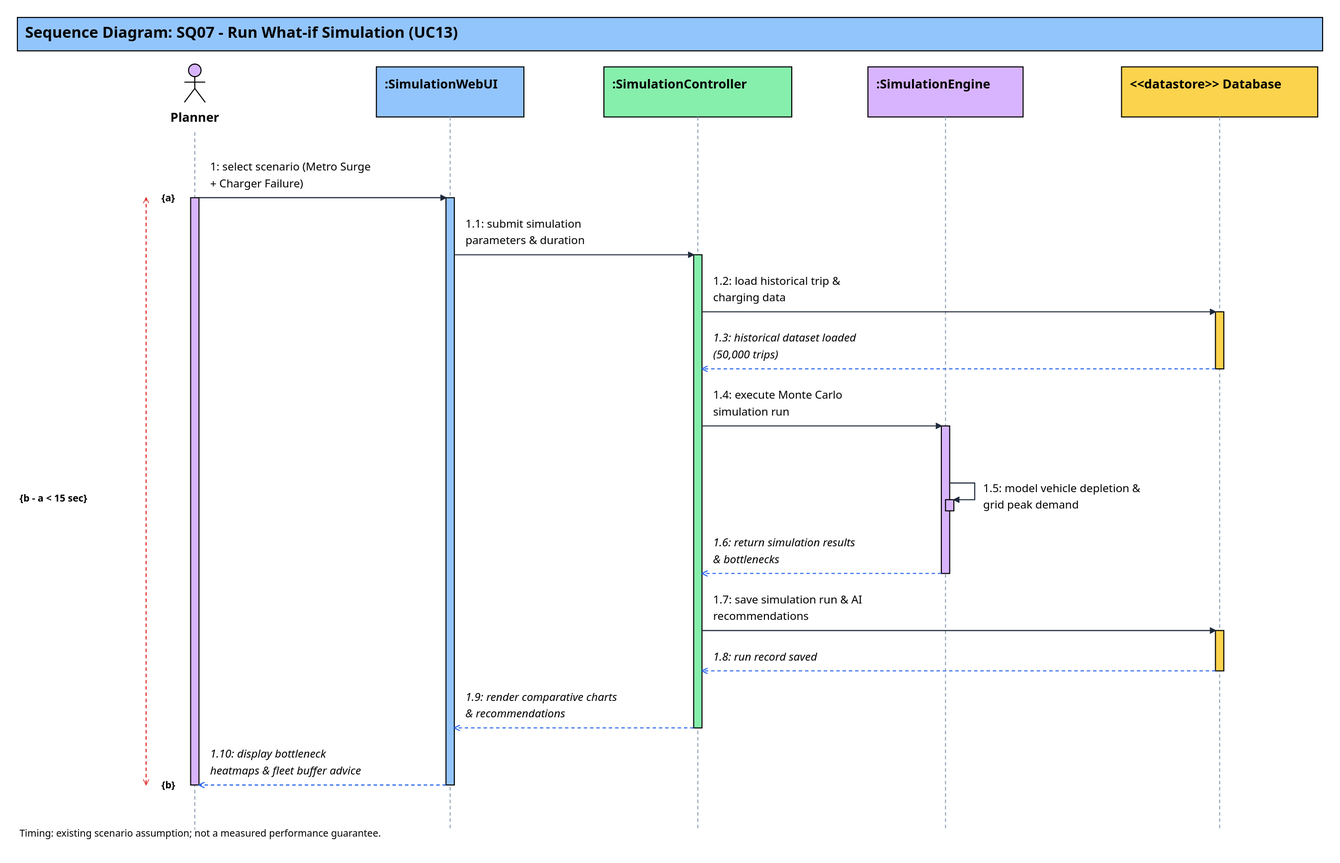
Above: 01_Diagram/02_Sequence_Diagram/SQ07-Run_What_if_Simulation.drawio.svg in YdtTran/software-engineerning (draw.io), before the change. Source tidied: cells renumbered, new cells last; positions are measured from the earlier drawing's top-left corner, leaving out a move shared by most shapes.
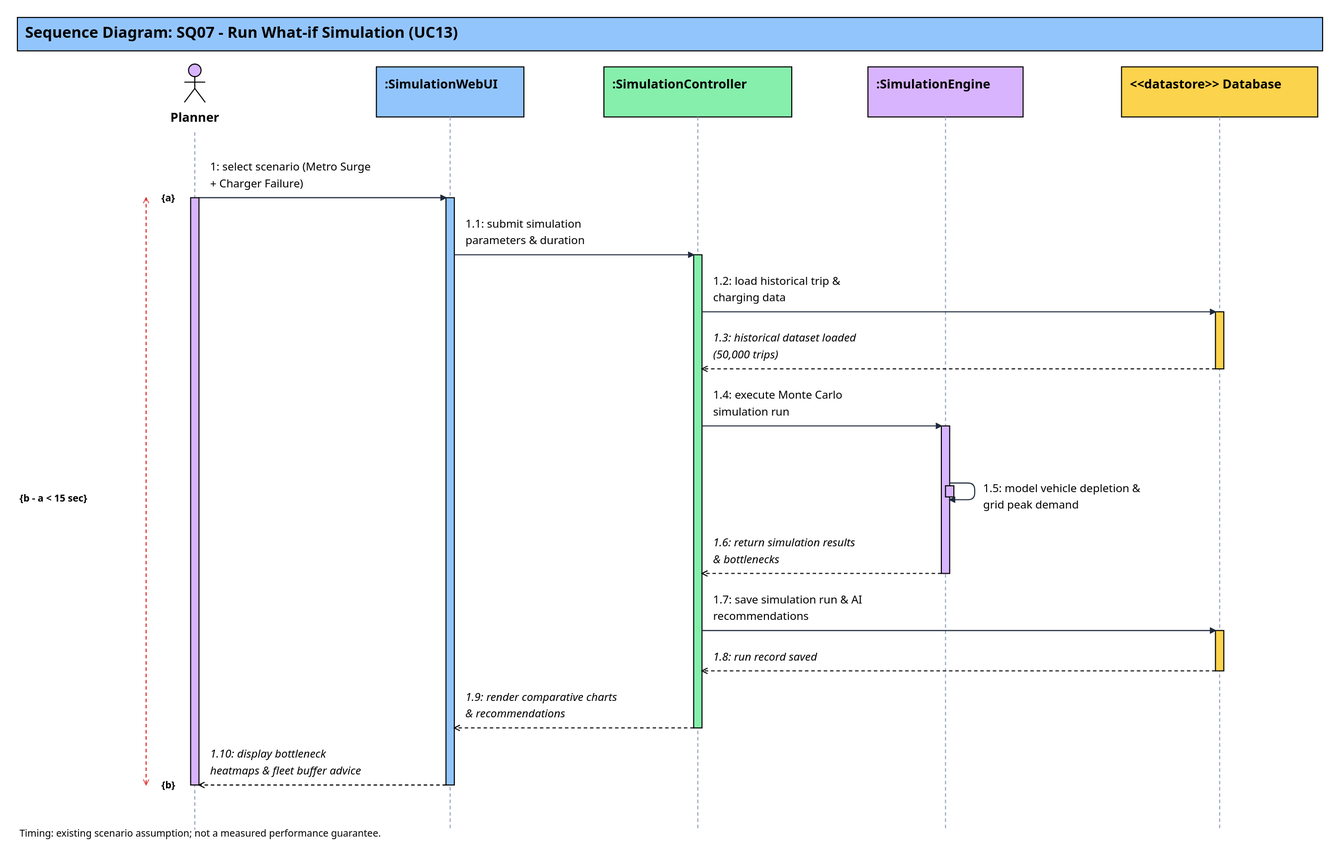
After the change.

Change to the diagram source:
```diff
@@ -116,7 +116,7 @@
     <mxCell id="31" value="1.2: load historical trip &amp;&#10;charging data" style="html=0;fontFamily=Segoe UI;fontSize=16;fillColor=none;strokeColor=none;whiteSpace=wrap;text;align=left;verticalAlign=top;spacing=0;fontColor=#000000;fontSize=16;fontStyle=0;" parent="1" vertex="1">
       <mxGeometry x="1000" y="367" width="312" height="48" as="geometry" />
     </mxCell>
-    <mxCell id="32" style="html=0;noEdgeStyle=1;rounded=0;strokeColor=#2563eb;strokeWidth=1.5;endArrow=open;endFill=0;dashed=1;" parent="1" edge="1">
+    <mxCell id="32" style="html=0;noEdgeStyle=1;rounded=0;strokeColor=#000000;strokeWidth=1.5;endArrow=open;endFill=0;dashed=1;" parent="1" edge="1">
       <mxGeometry relative="1" as="geometry">
         <mxPoint x="1722" y="505" as="sourcePoint" />
         <mxPoint x="984" y="505" as="targetPoint" />
@@ -135,12 +135,12 @@
       <mxGeometry x="1000" y="531" width="312" height="48" as="geometry" />
     </mxCell>
     <mxCell id="36" style="html=0;fontFamily=Segoe UI;fontSize=16;fillColor=#d8b4fe;strokeColor=#000000;whiteSpace=wrap;" parent="1" vertex="1">
-      <mxGeometry x="1334" y="693" width="12" height="16" as="geometry" />
+      <mxGeometry x="1334" y="673" width="12" height="16" as="geometry" />
     </mxCell>
-    <mxCell id="37" style="html=0;noEdgeStyle=1;rounded=0;strokeColor=#1e293b;strokeWidth=1.5;endArrow=block;endFill=1;dashed=0;" parent="1" edge="1">
+    <mxCell id="37" style="html=0;noEdgeStyle=1;rounded=1;arcSize=20;strokeColor=#1e293b;strokeWidth=1.5;endArrow=block;endFill=1;dashed=0;" parent="1" edge="1">
       <mxGeometry relative="1" as="geometry">
         <mxPoint x="1340" y="669" as="sourcePoint" />
-        <mxPoint x="1346" y="693" as="targetPoint" />
+        <mxPoint x="1340" y="693" as="targetPoint" />
         <Array as="points">
           <mxPoint x="1376" y="669" />
           <mxPoint x="1376" y="693" />
@@ -150,7 +150,7 @@
     <mxCell id="38" value="1.5: model vehicle depletion &amp;&#10;grid peak demand" style="html=0;fontFamily=Segoe UI;fontSize=16;fillColor=none;strokeColor=none;whiteSpace=wrap;text;align=left;verticalAlign=top;spacing=0;fontColor=#000000;fontSize=16;fontStyle=0;" parent="1" vertex="1">
       <mxGeometry x="1388" y="665" width="312" height="48" as="geometry" />
     </mxCell>
-    <mxCell id="39" style="html=0;noEdgeStyle=1;rounded=0;strokeColor=#2563eb;strokeWidth=1.5;endArrow=open;endFill=0;dashed=1;" parent="1" edge="1">
+    <mxCell id="39" style="html=0;noEdgeStyle=1;rounded=0;strokeColor=#000000;strokeWidth=1.5;endArrow=open;endFill=0;dashed=1;" parent="1" edge="1">
       <mxGeometry relative="1" as="geometry">
         <mxPoint x="1328" y="799" as="sourcePoint" />
         <mxPoint x="984" y="799" as="targetPoint" />
@@ -168,7 +168,7 @@
     <mxCell id="42" value="1.7: save simulation run &amp; AI&#10;recommendations" style="html=0;fontFamily=Segoe UI;fontSize=16;fillColor=none;strokeColor=none;whiteSpace=wrap;text;align=left;verticalAlign=top;spacing=0;fontColor=#000000;fontSize=16;fontStyle=0;" parent="1" vertex="1">
       <mxGeometry x="1000" y="825" width="312" height="48" as="geometry" />
     </mxCell>
-    <mxCell id="43" style="html=0;noEdgeStyle=1;rounded=0;strokeColor=#2563eb;strokeWidth=1.5;endArrow=open;endFill=0;dashed=1;" parent="1" edge="1">
+    <mxCell id="43" style="html=0;noEdgeStyle=1;rounded=0;strokeColor=#000000;strokeWidth=1.5;endArrow=open;endFill=0;dashed=1;" parent="1" edge="1">
       <mxGeometry relative="1" as="geometry">
         <mxPoint x="1722" y="939" as="sourcePoint" />
         <mxPoint x="984" y="939" as="targetPoint" />
@@ -177,7 +177,7 @@
     <mxCell id="44" value="1.8: run record saved" style="html=0;fontFamily=Segoe UI;fontSize=16;fillColor=none;strokeColor=none;whiteSpace=wrap;text;align=left;verticalAlign=top;spacing=0;fontColor=#000000;fontSize=16;fontStyle=2;" parent="1" vertex="1">
       <mxGeometry x="1000" y="907" width="312" height="24" as="geometry" />
     </mxCell>
-    <mxCell id="45" style="html=0;noEdgeStyle=1;rounded=0;strokeColor=#2563eb;strokeWidth=1.5;endArrow=open;endFill=0;dashed=1;" parent="1" edge="1">
+    <mxCell id="45" style="html=0;noEdgeStyle=1;rounded=0;strokeColor=#000000;strokeWidth=1.5;endArrow=open;endFill=0;dashed=1;" parent="1" edge="1">
       <mxGeometry relative="1" as="geometry">
         <mxPoint x="972" y="1021" as="sourcePoint" />
         <mxPoint x="628" y="1021" as="targetPoint" />
@@ -186,7 +186,7 @@
     <mxCell id="46" value="1.9: render comparative charts&#10;&amp; recommendations" style="html=0;fontFamily=Segoe UI;fontSize=16;fillColor=none;strokeColor=none;whiteSpace=wrap;text;align=left;verticalAlign=top;spacing=0;fontColor=#000000;fontSize=16;fontStyle=2;" parent="1" vertex="1">
       <mxGeometry x="644" y="965" width="312" height="48" as="geometry" />
     </mxCell>
-    <mxCell id="47" style="html=0;noEdgeStyle=1;rounded=0;strokeColor=#2563eb;strokeWidth=1.5;endArrow=open;endFill=0;dashed=1;" parent="1" edge="1">
+    <mxCell id="47" style="html=0;noEdgeStyle=1;rounded=0;strokeColor=#000000;strokeWidth=1.5;endArrow=open;endFill=0;dashed=1;" parent="1" edge="1">
       <mxGeometry relative="1" as="geometry">
         <mxPoint x="616" y="1103" as="sourcePoint" />
         <mxPoint x="261" y="1103" as="targetPoint" />
```
